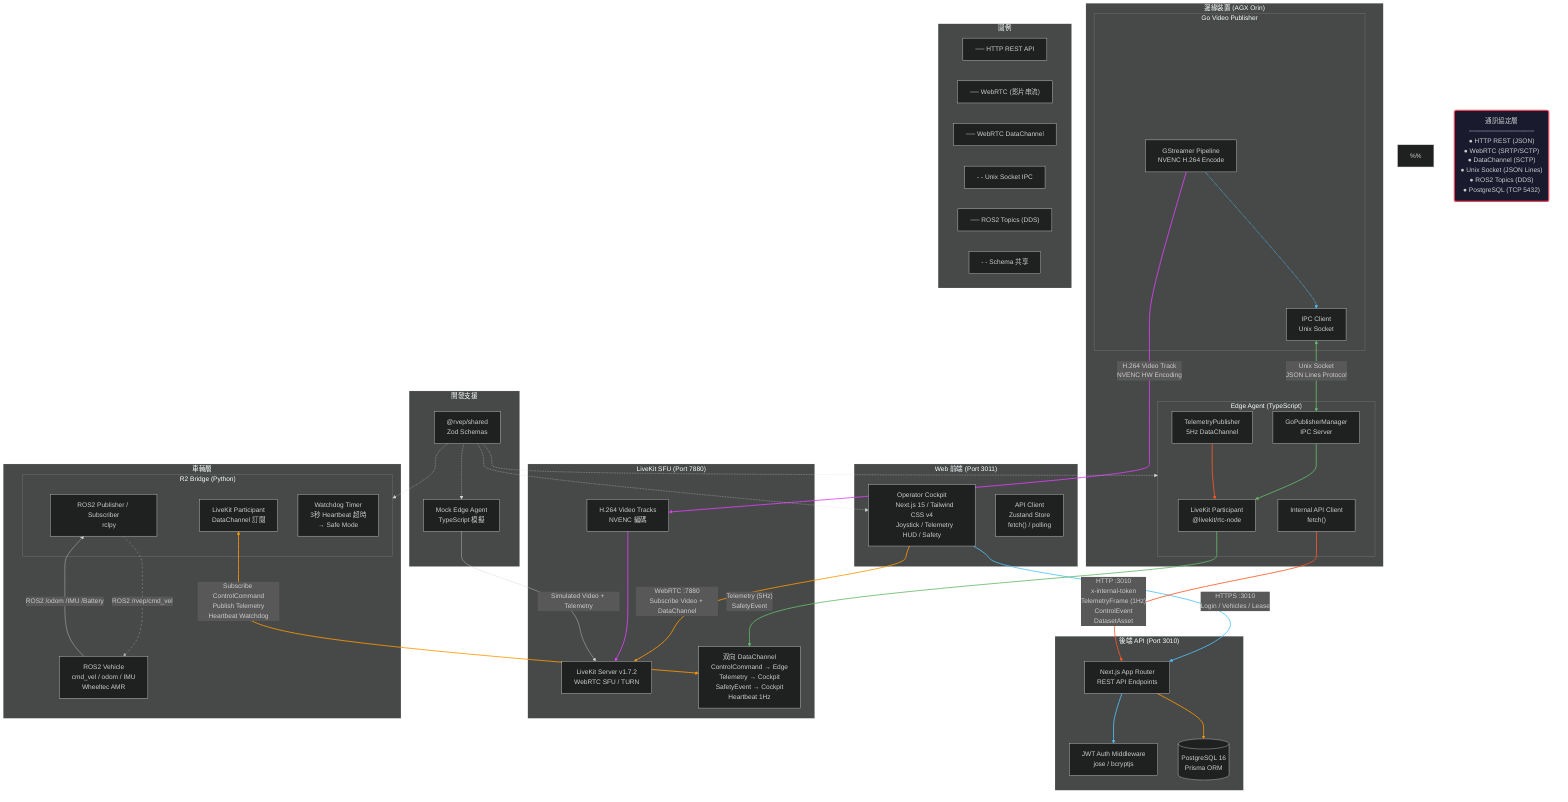
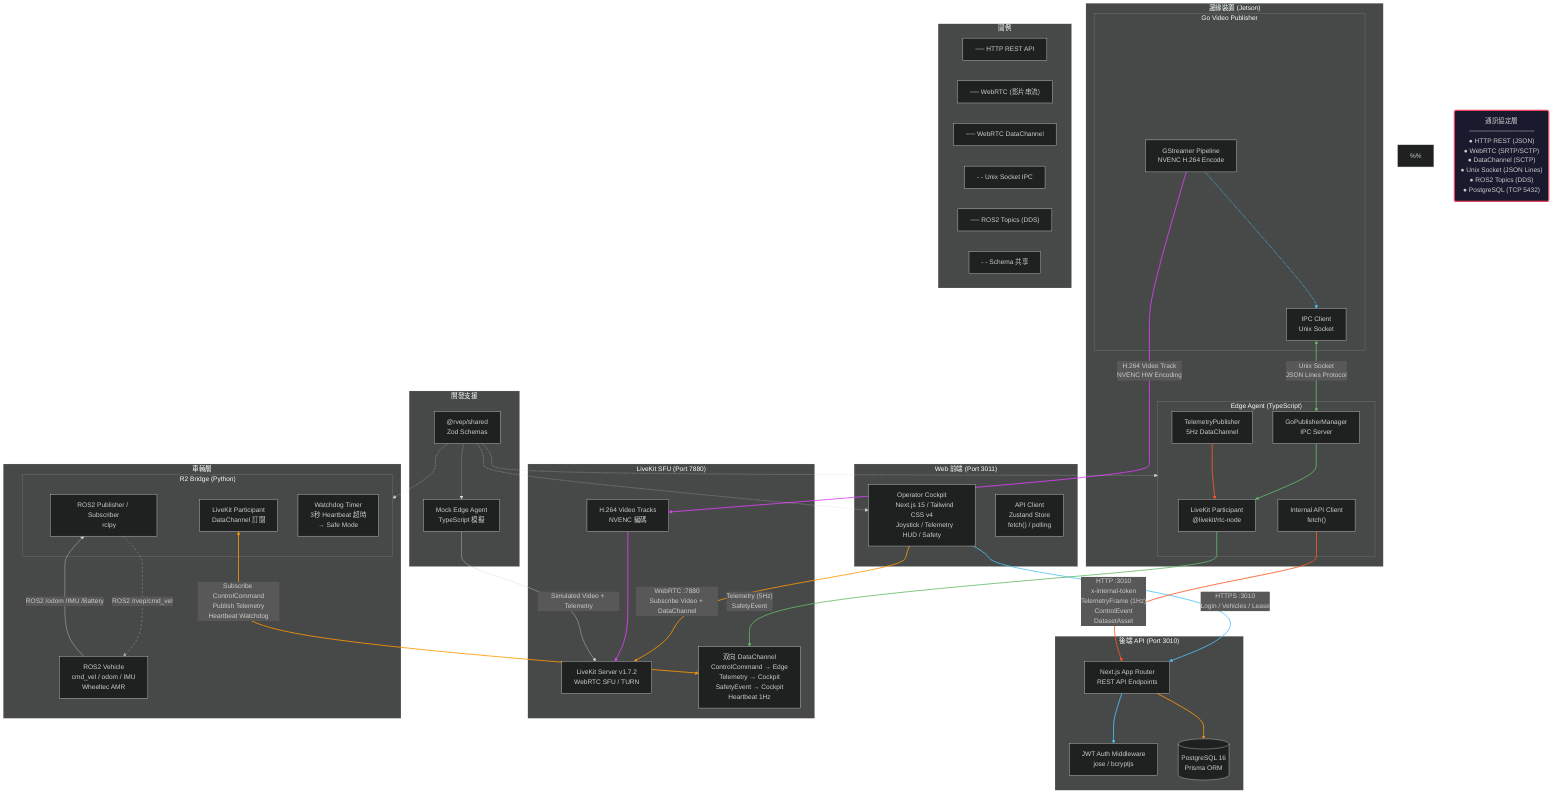
%%{init: {"theme": "dark"}}%%
graph TB
  %% title: 通訊流程圖 — RVEP 系統資料流
  %% 說明：展示 RVEP 系統中所有元件之間的通訊協定與資料流方向。
  %%
  %% 分層架構（由左至右）：
  %%   Web 前端 (3011) — Operator Cockpit：Joystick 控制 + Telemetry HUD + Safety 顯示
  %%   後端 API (3010) — REST API：JWT Auth + Prisma ORM + PostgreSQL
  %%   LiveKit SFU (7880) — WebRTC SFU：雙向 DataChannel + H.264 Video Tracks
-   %%   邊緣裝置 (AGX Orin) — Go Publisher（NVENC 編碼）+ Edge Agent（IPC Server + Telemetry 5Hz）
+   %%   邊緣裝置 (Jetson) — Go Publisher（NVENC 編碼）+ Edge Agent（IPC Server + Telemetry 5Hz）
  %%   車輛層 — R2 Bridge（Python ROS2 橋接）+ ROS2 Vehicle（cmd_vel / odom / IMU）
  %%
  %% 通訊協定：
  %%   ● HTTP REST (JSON) — Cockpit ↔ Backend、Edge Agent → Backend
  %%   ● WebRTC (SRTP/SCTP) — Cockpit ↔ LiveKit（Subscribe Video）
  %%   ● DataChannel (SCTP) — ControlCommand → Edge、Telemetry → Cockpit、Heartbeat 1Hz
  %%   ● Unix Socket (JSON Lines) — Edge Agent ↔ Go Publisher（IPC heartbeat + start/stop）
  %%   ● ROS2 Topics (DDS) — R2 Bridge ↔ Vehicle（/rvep/cmd_vel /odom /IMU /Battery）
  %%   ● PostgreSQL (TCP 5432) — Backend ↔ Database

  subgraph Web_Frontend ["Web 前端 (Port 3011)"]
    CP["Operator Cockpit
    Next.js 15 / Tailwind CSS v4
    Joystick / Telemetry HUD / Safety"]
    AC["API Client
    Zustand Store
    fetch() / polling"]
  end

  subgraph Backend ["後端 API (Port 3010)"]
    API["Next.js App Router
    REST API Endpoints"]
    JWT["JWT Auth Middleware
    jose / bcryptjs"]
    DB[("PostgreSQL 16
    Prisma ORM")]
  end

  subgraph LB ["LiveKit SFU (Port 7880)"]
    LK["LiveKit Server v1.7.2
    WebRTC SFU / TURN"]
    DC["双向 DataChannel
    ControlCommand → Edge
    Telemetry → Cockpit
    SafetyEvent → Cockpit
    Heartbeat 1Hz"]
    VID["H.264 Video Tracks
    NVENC 編碼"]
  end

-   subgraph Edge_Device ["邊緣裝置 (AGX Orin)"]
+   subgraph Edge_Device ["邊緣裝置 (Jetson)"]
    subgraph Go_Publisher ["Go Video Publisher"]
      GST["GStreamer Pipeline
      NVENC H.264 Encode"]
      IPC_C["IPC Client
      Unix Socket"]
    end
    subgraph Edge_Agent ["Edge Agent (TypeScript)"]
      LK_AGENT["LiveKit Participant
      @livekit/rtc-node"]
      TELE["TelemetryPublisher
      5Hz DataChannel"]
      IPC_S["GoPublisherManager
      IPC Server"]
      HTTP_CLIENT["Internal API Client
      fetch()"]
    end
  end

  subgraph Vehicle ["車輛層"]
    subgraph R2_Bridge ["R2 Bridge (Python)"]
      LK_BRIDGE["LiveKit Participant
      DataChannel 訂閱"]
      ROS2_BRIDGE["ROS2 Publisher / Subscriber
      rclpy"]
      WATCHDOG["Watchdog Timer
      3秒 Heartbeat 超時
      → Safe Mode"]
    end
    ROS2_VEH["ROS2 Vehicle
    cmd_vel / odom / IMU
    Wheeltec AMR"]
  end

  subgraph Dev ["開發支援"]
    Mock_E["Mock Edge Agent
    TypeScript 模擬"]
    Shared["@rvep/shared
    Zod Schemas"]
  end

  %% === Protocol Layer ===
  style Protocol fill:#1a1a2e,stroke:#e94560,stroke-width:3px

  Protocol("通訊協定層
  ──────────────
  ● HTTP REST (JSON)
  ● WebRTC (SRTP/SCTP)
  ● DataChannel (SCTP)
  ● Unix Socket (JSON Lines)
  ● ROS2 Topics (DDS)
  ● PostgreSQL (TCP 5432)")

  %% === Connections ===

  %% Cockpit ↔ Backend (HTTP REST)
  CP -->|"HTTPS :3010\nLogin / Vehicles / Lease"| API
  API --> JWT
  API --> DB

  %% Cockpit ↔ LiveKit (WebRTC)
  CP -->|"WebRTC :7880\nSubscribe Video + DataChannel"| LK

  %% Go Publisher → LiveKit (WebRTC Video)
  GST -->|"H.264 Video Track\nNVENC HW Encoding"| VID
  VID --> LK

  %% Go Publisher ↔ Edge Agent (IPC Unix Socket)
  GST -.-> IPC_C
  IPC_C <-->|"Unix Socket\nJSON Lines Protocol"| IPC_S
  IPC_S --> LK_AGENT

  %% Edge Agent → LiveKit (DataChannel)
  LK_AGENT -->|"Telemetry (5Hz)\nSafetyEvent"| DC
  TELE --> LK_AGENT

  %% Edge Agent → Backend (HTTP Internal)
  HTTP_CLIENT -->|"HTTP :3010\nx-internal-token\nTelemetryFrame (1Hz)\nControlEvent\nDatasetAsset"| API

  %% R2 Bridge ↔ LiveKit (DataChannel)
  LK_BRIDGE <-->|"Subscribe ControlCommand\nPublish Telemetry\nHeartbeat Watchdog"| DC

  %% R2 Bridge ↔ ROS2 Vehicle
  ROS2_BRIDGE -->|"ROS2 /rvep/cmd_vel"| ROS2_VEH
  ROS2_VEH -->|"ROS2 /odom /IMU /Battery"| ROS2_BRIDGE

  %% Mock Edge → LiveKit
  Mock_E -->|"Simulated Video + Telemetry"| LK

  %% Shared Package Dependencies
  Shared -.-> CP
  Shared -.-> Edge_Agent
  Shared -.-> R2_Bridge
  Shared -.-> Mock_E

  %% === Legend ===
  subgraph Legend [圖例]
    L1["── HTTP REST API"]
    L2["── WebRTC (影片串流)"]
    L3["── WebRTC DataChannel"]
    L4["- - Unix Socket IPC"]
    L5["── ROS2 Topics (DDS)"]
    L6["- - Schema 共享"]
  end

  linkStyle 0 stroke:#4fc3f7,stroke-width:2px
  linkStyle 1 stroke:#4fc3f7,stroke-width:2px
  linkStyle 2 stroke:#ff9800,stroke-width:2px
  linkStyle 3 stroke:#ff9800,stroke-width:2px
  linkStyle 4 stroke:#e040fb,stroke-width:2px
  linkStyle 5 stroke:#e040fb,stroke-width:2px
  linkStyle 6 stroke:#4fc3f7,stroke-width:2px
  linkStyle 7 stroke:#66bb6a,stroke-width:2px
  linkStyle 8 stroke:#66bb6a,stroke-width:2px
  linkStyle 9 stroke:#66bb6a,stroke-width:2px
  linkStyle 10 stroke:#ff5722,stroke-width:2px
  linkStyle 11 stroke:#ff5722,stroke-width:2px
  linkStyle 12 stroke:#ff9800,stroke-width:2px
  linkStyle 13 stroke:#aaa,stroke-width:1px,stroke-dasharray: 5 5
